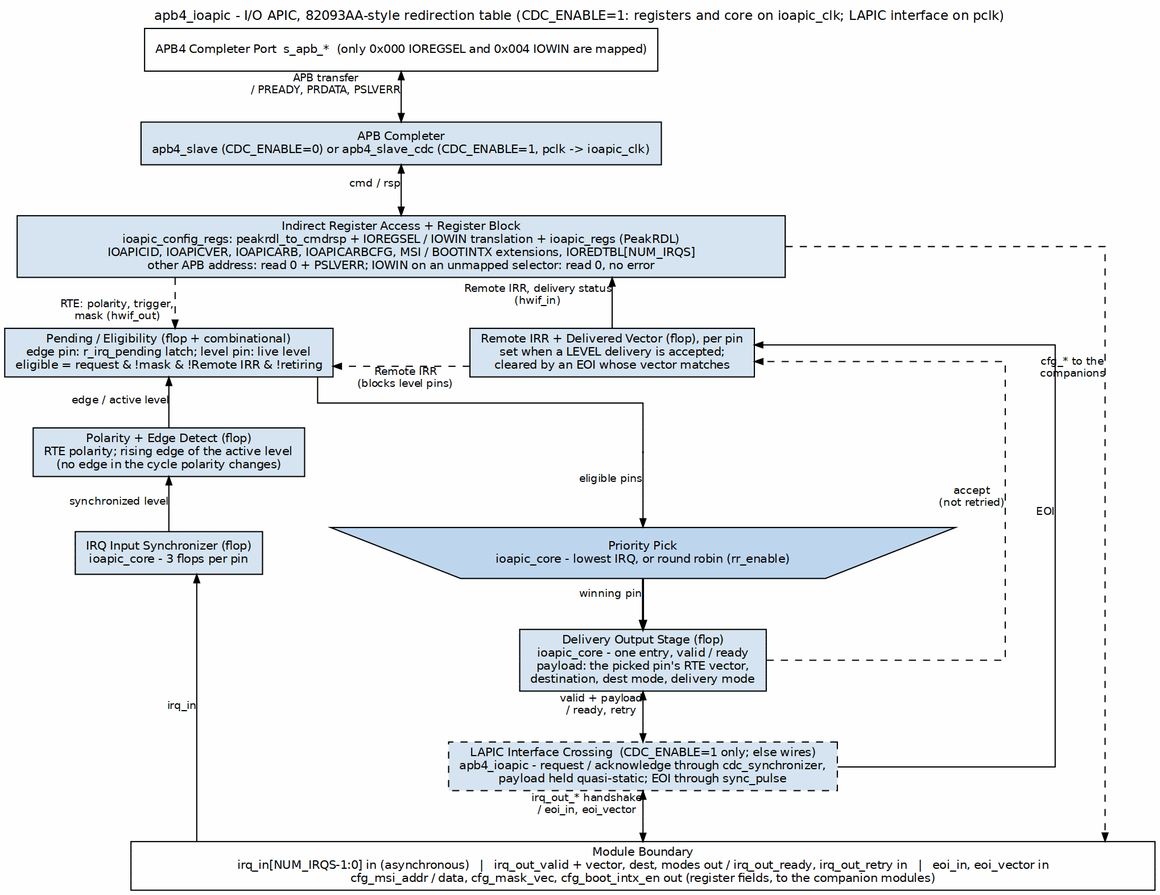
Above: projects/components/legacy-ip/retro_legacy_blocks/docs/ioapic_mas/assets/graphviz/ioapic_whole_unit.png in sean-galloway/RTLDesignSherpa (Graphviz), before the change. Its source is kept beside it as projects/components/legacy-ip/retro_legacy_blocks/docs/ioapic_mas/assets/graphviz/ioapic_whole_unit.dot. Its diagram source:
```dot
digraph ioapic_whole_unit {
    graph [rankdir=TB, bgcolor="white", fontname="Helvetica", fontsize=11,
           nodesep="0.40", ranksep="0.60", splines=ortho, newrank=true,
           label="apb4_ioapic - I/O APIC, 82093AA-style redirection table (CDC_ENABLE=1: registers and core on ioapic_clk; LAPIC interface on pclk)",
           labelloc=t, labeljust=c];
    node  [fontname="Helvetica", fontsize=10, shape=box, style=filled,
           fillcolor="#D6E4F0", color="black", margin="0.12,0.06"];
    edge  [fontname="Helvetica", fontsize=9, color="black", arrowsize=0.7];

    apb  [group=C, label="APB4 Completer Port  s_apb_*  (only 0x000 IOREGSEL and 0x004 IOWIN are mapped)", fillcolor="white"];
    slv  [group=C, label="APB Completer\napb4_slave (CDC_ENABLE=0) or apb4_slave_cdc (CDC_ENABLE=1, pclk -> ioapic_clk)"];
    cfg  [group=C, label="Indirect Register Access + Register Block\nioapic_config_regs: peakrdl_to_cmdrsp + IOREGSEL / IOWIN translation + ioapic_regs (PeakRDL)\nIOAPICID, IOAPICVER, IOAPICARB, IOAPICARBCFG, MSI / BOOTINTX extensions, IOREDTBL[NUM_IRQS]\nother APB address: read 0 + PSLVERR; IOWIN on an unmapped selector: read 0, no error", width=9.0];

    req  [group=L, label="Pending / Eligibility (flop + combinational)\nedge pin: r_irq_pending latch; level pin: live level\neligible = request & !mask & !Remote IRR & !retiring"];
    irr  [group=R, label="Remote IRR + Delivered Vector (flop), per pin\nset when a LEVEL delivery is accepted;\ncleared by an EOI whose vector matches"];

    det  [group=L, label="Polarity + Edge Detect (flop)\nRTE polarity; rising edge of the active level\n(no edge in the cycle polarity changes)"];
    arb  [group=C, shape=invtrapezium, width=6.0, height=0.6, fillcolor="#BFD7EE",
          label="Priority Pick\nioapic_core - lowest IRQ, or round robin (rr_enable)"];

    syn  [group=L, label="IRQ Input Synchronizer (flop)\nioapic_core - 3 flops per pin"];
    out  [group=C, label="Delivery Output Stage (flop)\nioapic_core - one entry, valid / ready\npayload: the picked pin's RTE vector,\ndestination, dest mode, delivery mode"];

    xing [group=C, style="filled,dashed", label="LAPIC Interface Crossing  (CDC_ENABLE=1 only; else wires)\napb4_ioapic - request / acknowledge through cdc_synchronizer,\npayload held quasi-static; EOI through sync_pulse"];

    bar  [group=C, label="Module Boundary\nirq_in[NUM_IRQS-1:0] in (asynchronous)   |   irq_out_valid + vector, dest, modes out / irq_out_ready, irq_out_retry in   |   eoi_in, eoi_vector in\ncfg_msi_addr / data, cfg_mask_vec, cfg_boot_intx_en out (register fields, to the companion modules)",
          fillcolor="white", width=12.0];

    apb -> slv [dir=both, weight=10, xlabel="APB transfer\n/ PREADY, PRDATA, PSLVERR"];
    slv -> cfg [dir=both, weight=10, xlabel="cmd / rsp"];

    syn -> bar [dir=back, xlabel="irq_in"];
    det -> syn [dir=back, xlabel="synchronized level"];
    req -> det [dir=back, xlabel="edge / active level"];
    cfg -> req [style=dashed, xlabel="RTE: polarity, trigger,\nmask (hwif_out)"];

    p_el [shape=point, width=0.01, group=C];
    req -> p_el [arrowhead=none, headclip=false];
    p_el -> arb [tailclip=false, xlabel="eligible pins"];
    arb -> out [penwidth=1.8, weight=10, xlabel="winning pin"];
    out -> xing [dir=both, weight=10, xlabel="valid + payload\n/ ready, retry"];
    xing -> bar [dir=both, weight=10, xlabel="irq_out_* handshake\n/ eoi_in, eoi_vector"];

    irr  -> xing [dir=back, constraint=false, xlabel="EOI"];
    cfg  -> irr [dir=back, xlabel="Remote IRR, delivery status\n(hwif_in)"];
    irr  -> req [style=dashed, xlabel="Remote IRR\n(blocks level pins)"];
    out  -> irr [style=dashed, constraint=false, xlabel="accept\n(not retried)"];

    cfg -> bar [style=dashed, constraint=false, xlabel="cfg_* to the\ncompanions"];

    c3 [shape=point, style=invis, width=0.01, group=C];
    cfg -> c3 [style=invis, weight=10];

    { rank=same; req; c3; irr; }
    req -> c3 -> irr [style=invis, minlen=2];
    { rank=same; det; p_el; }
    det -> p_el [style=invis, minlen=2];
    { rank=same; syn; arb; }
    syn -> arb [style=invis, minlen=2];
}
```
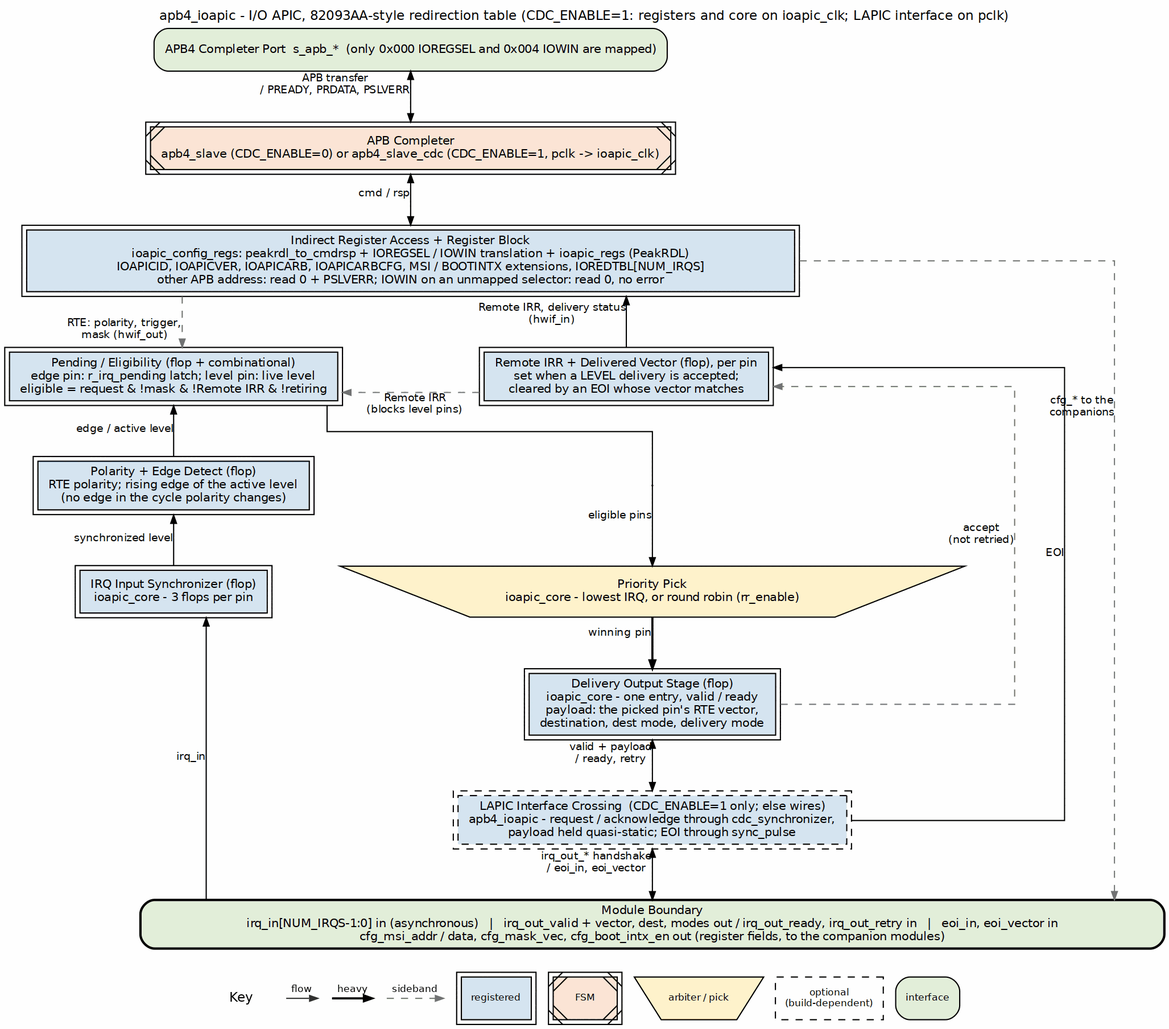
After the change.

What changed in the source:
```diff
@@ -4,27 +4,27 @@
            label="apb4_ioapic - I/O APIC, 82093AA-style redirection table (CDC_ENABLE=1: registers and core on ioapic_clk; LAPIC interface on pclk)",
            labelloc=t, labeljust=c];
     node  [fontname="Helvetica", fontsize=10, shape=box, style=filled,
-           fillcolor="#D6E4F0", color="black", margin="0.12,0.06"];
+           fillcolor="white", color="black", margin="0.12,0.06"];
     edge  [fontname="Helvetica", fontsize=9, color="black", arrowsize=0.7];
 
-    apb  [group=C, label="APB4 Completer Port  s_apb_*  (only 0x000 IOREGSEL and 0x004 IOWIN are mapped)", fillcolor="white"];
-    slv  [group=C, label="APB Completer\napb4_slave (CDC_ENABLE=0) or apb4_slave_cdc (CDC_ENABLE=1, pclk -> ioapic_clk)"];
-    cfg  [group=C, label="Indirect Register Access + Register Block\nioapic_config_regs: peakrdl_to_cmdrsp + IOREGSEL / IOWIN translation + ioapic_regs (PeakRDL)\nIOAPICID, IOAPICVER, IOAPICARB, IOAPICARBCFG, MSI / BOOTINTX extensions, IOREDTBL[NUM_IRQS]\nother APB address: read 0 + PSLVERR; IOWIN on an unmapped selector: read 0, no error", width=9.0];
+    apb  [group=C, label="APB4 Completer Port  s_apb_*  (only 0x000 IOREGSEL and 0x004 IOWIN are mapped)", fillcolor="white", style="rounded,filled", fillcolor="#E2EFDA"];
+    slv  [group=C, label="APB Completer\napb4_slave (CDC_ENABLE=0) or apb4_slave_cdc (CDC_ENABLE=1, pclk -> ioapic_clk)", peripheries=2, style="filled,diagonals", fillcolor="#FCE4D6"];
+    cfg  [group=C, label="Indirect Register Access + Register Block\nioapic_config_regs: peakrdl_to_cmdrsp + IOREGSEL / IOWIN translation + ioapic_regs (PeakRDL)\nIOAPICID, IOAPICVER, IOAPICARB, IOAPICARBCFG, MSI / BOOTINTX extensions, IOREDTBL[NUM_IRQS]\nother APB address: read 0 + PSLVERR; IOWIN on an unmapped selector: read 0, no error", width=9.0, peripheries=2, style="filled", fillcolor="#D6E4F0"];
 
-    req  [group=L, label="Pending / Eligibility (flop + combinational)\nedge pin: r_irq_pending latch; level pin: live level\neligible = request & !mask & !Remote IRR & !retiring"];
-    irr  [group=R, label="Remote IRR + Delivered Vector (flop), per pin\nset when a LEVEL delivery is accepted;\ncleared by an EOI whose vector matches"];
+    req  [group=L, label="Pending / Eligibility (flop + combinational)\nedge pin: r_irq_pending latch; level pin: live level\neligible = request & !mask & !Remote IRR & !retiring", peripheries=2, style="filled", fillcolor="#D6E4F0"];
+    irr  [group=R, label="Remote IRR + Delivered Vector (flop), per pin\nset when a LEVEL delivery is accepted;\ncleared by an EOI whose vector matches", peripheries=2, style="filled", fillcolor="#D6E4F0"];
 
-    det  [group=L, label="Polarity + Edge Detect (flop)\nRTE polarity; rising edge of the active level\n(no edge in the cycle polarity changes)"];
+    det  [group=L, label="Polarity + Edge Detect (flop)\nRTE polarity; rising edge of the active level\n(no edge in the cycle polarity changes)", peripheries=2, style="filled", fillcolor="#D6E4F0"];
     arb  [group=C, shape=invtrapezium, width=6.0, height=0.6, fillcolor="#BFD7EE",
-          label="Priority Pick\nioapic_core - lowest IRQ, or round robin (rr_enable)"];
+          label="Priority Pick\nioapic_core - lowest IRQ, or round robin (rr_enable)", style="filled", fillcolor="#FFF2CC"];
 
-    syn  [group=L, label="IRQ Input Synchronizer (flop)\nioapic_core - 3 flops per pin"];
-    out  [group=C, label="Delivery Output Stage (flop)\nioapic_core - one entry, valid / ready\npayload: the picked pin's RTE vector,\ndestination, dest mode, delivery mode"];
+    syn  [group=L, label="IRQ Input Synchronizer (flop)\nioapic_core - 3 flops per pin", peripheries=2, style="filled", fillcolor="#D6E4F0"];
+    out  [group=C, label="Delivery Output Stage (flop)\nioapic_core - one entry, valid / ready\npayload: the picked pin's RTE vector,\ndestination, dest mode, delivery mode", peripheries=2, style="filled", fillcolor="#D6E4F0"];
 
-    xing [group=C, style="filled,dashed", label="LAPIC Interface Crossing  (CDC_ENABLE=1 only; else wires)\napb4_ioapic - request / acknowledge through cdc_synchronizer,\npayload held quasi-static; EOI through sync_pulse"];
+    xing [group=C, style="filled,dashed", label="LAPIC Interface Crossing  (CDC_ENABLE=1 only; else wires)\napb4_ioapic - request / acknowledge through cdc_synchronizer,\npayload held quasi-static; EOI through sync_pulse", peripheries=2, style="filled,dashed", fillcolor="#D6E4F0"];
 
     bar  [group=C, label="Module Boundary\nirq_in[NUM_IRQS-1:0] in (asynchronous)   |   irq_out_valid + vector, dest, modes out / irq_out_ready, irq_out_retry in   |   eoi_in, eoi_vector in\ncfg_msi_addr / data, cfg_mask_vec, cfg_boot_intx_en out (register fields, to the companion modules)",
-          fillcolor="white", width=12.0];
+          fillcolor="white", width=12.0, style="rounded,filled,bold", fillcolor="#E2EFDA"];
 
     apb -> slv [dir=both, weight=10, xlabel="APB transfer\n/ PREADY, PRDATA, PSLVERR"];
     slv -> cfg [dir=both, weight=10, xlabel="cmd / rsp"];
@@ -32,7 +32,7 @@
     syn -> bar [dir=back, xlabel="irq_in"];
     det -> syn [dir=back, xlabel="synchronized level"];
     req -> det [dir=back, xlabel="edge / active level"];
-    cfg -> req [style=dashed, xlabel="RTE: polarity, trigger,\nmask (hwif_out)"];
+    cfg -> req [style=dashed, color="#777777", xlabel="RTE: polarity, trigger,\nmask (hwif_out)"];
 
     p_el [shape=point, width=0.01, group=C];
     req -> p_el [arrowhead=none, headclip=false];
@@ -43,10 +43,10 @@
 
     irr  -> xing [dir=back, constraint=false, xlabel="EOI"];
     cfg  -> irr [dir=back, xlabel="Remote IRR, delivery status\n(hwif_in)"];
-    irr  -> req [style=dashed, xlabel="Remote IRR\n(blocks level pins)"];
-    out  -> irr [style=dashed, constraint=false, xlabel="accept\n(not retried)"];
+    irr  -> req [style=dashed, color="#777777", xlabel="Remote IRR\n(blocks level pins)"];
+    out  -> irr [style=dashed, color="#777777", constraint=false, xlabel="accept\n(not retried)"];
 
-    cfg -> bar [style=dashed, constraint=false, xlabel="cfg_* to the\ncompanions"];
+    cfg -> bar [style=dashed, color="#777777", constraint=false, xlabel="cfg_* to the\ncompanions"];
 
     c3 [shape=point, style=invis, width=0.01, group=C];
     cfg -> c3 [style=invis, weight=10];
```
